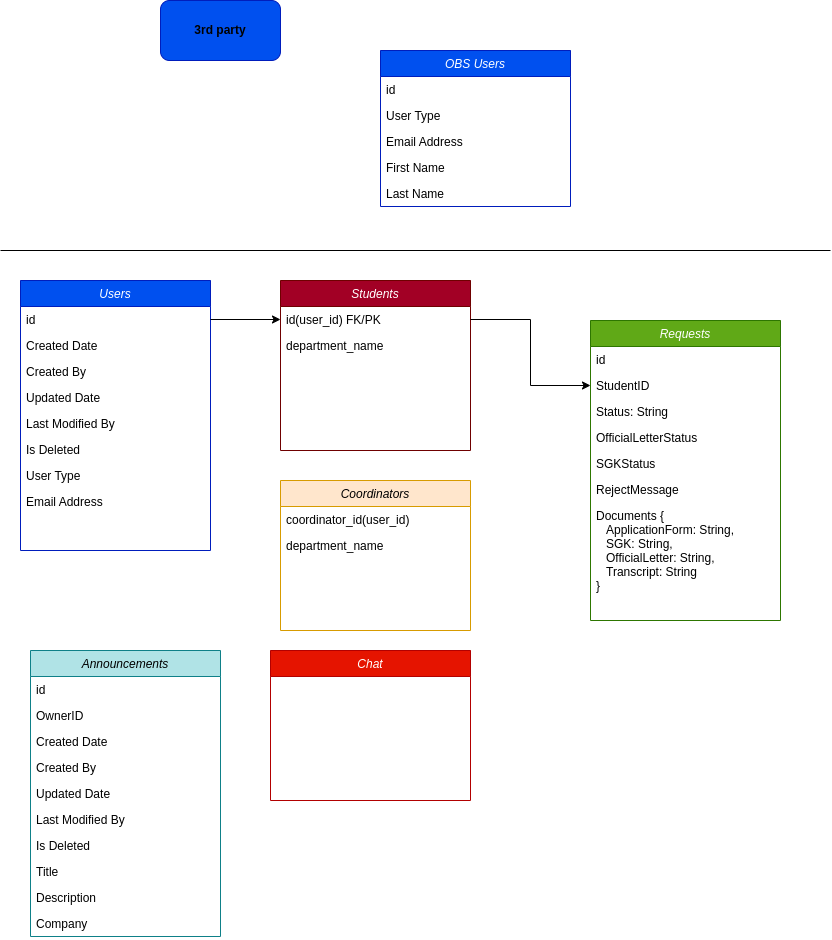
Before: database diagram.drawio.png, a diagram exported from draw.io (ziadwagdy/internshipAllpicationSystem). Source tidied: cells renumbered, new cells last; positions are measured from the earlier drawing's top-left corner, leaving out a move shared by most shapes.
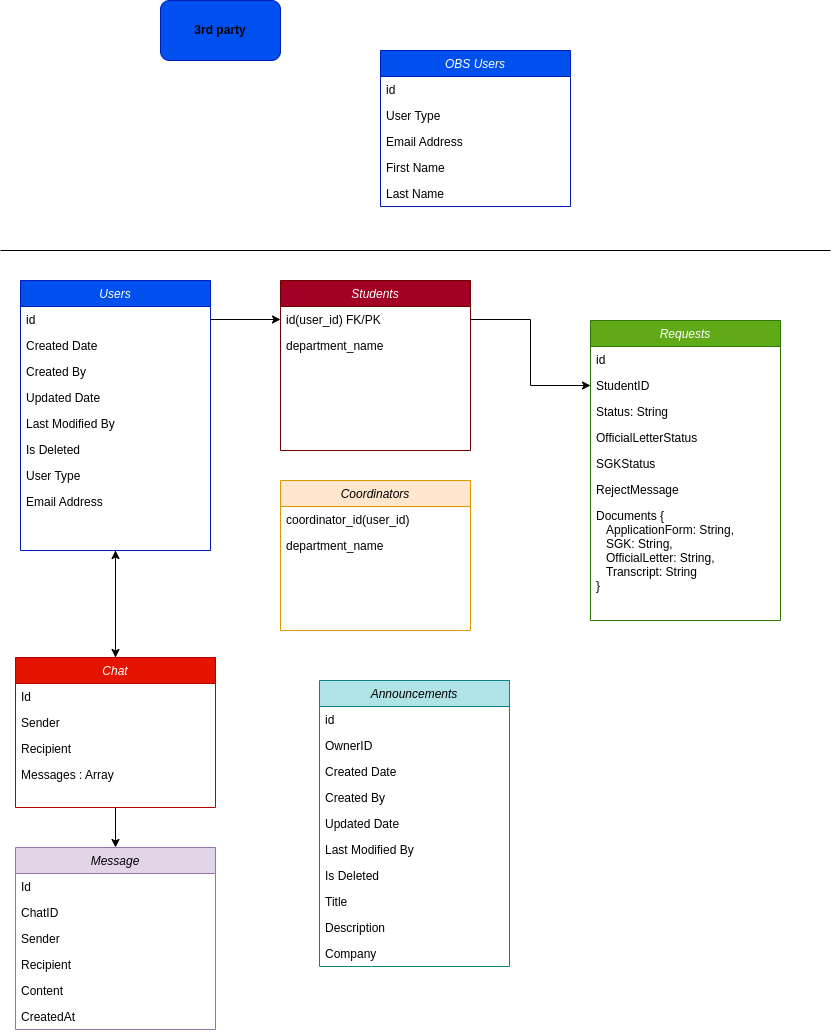
Later version of the same file.

Diff of the diagram source:
```diff
@@ -2,6 +2,9 @@
   <root>
     <mxCell id="0" />
     <mxCell id="1" parent="0" />
+    <mxCell id="47" style="edgeStyle=orthogonalEdgeStyle;rounded=0;jettySize=auto;html=1;" parent="1" edge="1" source="2" target="44">
+      <mxGeometry relative="1" as="geometry" />
+    </mxCell>
     <mxCell id="2" value="Users" style="swimlane;fontStyle=2;align=center;verticalAlign=top;horizontal=1;startSize=26;rounded=0;shadow=0;strokeWidth=1;rotation=0;fillColor=#0050ef;fontColor=#ffffff;strokeColor=#001DBC;" parent="1" vertex="1">
       <mxGeometry x="20" y="280" width="190" height="270" as="geometry" />
     </mxCell>
@@ -96,7 +99,7 @@
       <mxGeometry y="130" width="190" height="26" as="geometry" />
     </mxCell>
     <mxCell id="33" value="Announcements" style="swimlane;fontStyle=2;align=center;verticalAlign=top;horizontal=1;startSize=26;rounded=0;shadow=0;strokeWidth=1;rotation=0;fillColor=#b0e3e6;strokeColor=#0e8088;" parent="1" vertex="1">
-      <mxGeometry x="30" y="650" width="190" height="286" as="geometry" />
+      <mxGeometry x="319" y="680" width="190" height="286" as="geometry" />
     </mxCell>
     <mxCell id="34" value="id" style="text;align=left;verticalAlign=top;spacingLeft=4;spacingRight=4;overflow=hidden;rotation=0;" parent="33" vertex="1">
       <mxGeometry y="26" width="190" height="26" as="geometry" />
@@ -128,9 +131,27 @@
     <mxCell id="43" value="Company" style="text;align=left;verticalAlign=top;spacingLeft=4;spacingRight=4;overflow=hidden;rounded=0;shadow=0;html=0;rotation=0;" parent="33" vertex="1">
       <mxGeometry y="260" width="190" height="26" as="geometry" />
     </mxCell>
+    <mxCell id="48" style="edgeStyle=orthogonalEdgeStyle;rounded=0;jettySize=auto;html=1;entryX=0.5;entryY=0;entryDx=0;entryDy=0;" parent="1" edge="1" source="44" target="54">
+      <mxGeometry relative="1" as="geometry" />
+    </mxCell>
+    <mxCell id="49" style="edgeStyle=orthogonalEdgeStyle;rounded=0;jettySize=auto;html=1;entryX=0.5;entryY=1;entryDx=0;entryDy=0;" parent="1" edge="1" source="44" target="2">
+      <mxGeometry relative="1" as="geometry" />
+    </mxCell>
     <mxCell id="44" value="Chat" style="swimlane;fontStyle=2;align=center;verticalAlign=top;horizontal=1;startSize=26;rounded=0;shadow=0;strokeWidth=1;rotation=0;fillColor=#e51400;fontColor=#ffffff;strokeColor=#B20000;" parent="1" vertex="1">
-      <mxGeometry x="270" y="650" width="200" height="150" as="geometry" />
+      <mxGeometry x="15" y="657" width="200" height="150" as="geometry" />
     </mxCell>
+    <mxCell id="50" value="Id" style="text;align=left;verticalAlign=top;spacingLeft=4;spacingRight=4;overflow=hidden;rotation=0;" parent="44" vertex="1">
+      <mxGeometry y="26" width="200" height="26" as="geometry" />
+    </mxCell>
+    <mxCell id="51" value="Sender&#10;" style="text;align=left;verticalAlign=top;spacingLeft=4;spacingRight=4;overflow=hidden;rotation=0;" parent="44" vertex="1">
+      <mxGeometry y="52" width="200" height="26" as="geometry" />
+    </mxCell>
+    <mxCell id="52" value="Recipient" style="text;align=left;verticalAlign=top;spacingLeft=4;spacingRight=4;overflow=hidden;rotation=0;" parent="44" vertex="1">
+      <mxGeometry y="78" width="200" height="26" as="geometry" />
+    </mxCell>
+    <mxCell id="53" value="Messages : Array&#10;" style="text;align=left;verticalAlign=top;spacingLeft=4;spacingRight=4;overflow=hidden;rotation=0;" parent="44" vertex="1">
+      <mxGeometry y="104" width="200" height="26" as="geometry" />
+    </mxCell>
     <mxCell id="45" style="endArrow=none;html=1;rounded=0;" parent="1" edge="1">
       <mxGeometry relative="1" as="geometry">
         <mxPoint y="250" as="sourcePoint" />
@@ -140,5 +161,26 @@
     <mxCell id="46" value="3rd party" style="rounded=1;whiteSpace=wrap;html=1;fillColor=#0050ef;strokeColor=#001DBC;fontColor=#000000;fontStyle=1;" parent="1" vertex="1">
       <mxGeometry x="160" width="120" height="60" as="geometry" />
     </mxCell>
+    <mxCell id="54" value="Message" style="swimlane;fontStyle=2;align=center;verticalAlign=top;horizontal=1;startSize=26;rounded=0;shadow=0;strokeWidth=1;rotation=0;fillColor=#e1d5e7;strokeColor=#9673a6;" parent="1" vertex="1">
+      <mxGeometry x="15" y="847" width="200" height="182" as="geometry" />
+    </mxCell>
+    <mxCell id="55" value="Id" style="text;align=left;verticalAlign=top;spacingLeft=4;spacingRight=4;overflow=hidden;rotation=0;" parent="54" vertex="1">
+      <mxGeometry y="26" width="200" height="26" as="geometry" />
+    </mxCell>
+    <mxCell id="56" value="ChatID" style="text;align=left;verticalAlign=top;spacingLeft=4;spacingRight=4;overflow=hidden;rotation=0;" parent="54" vertex="1">
+      <mxGeometry y="52" width="200" height="26" as="geometry" />
+    </mxCell>
+    <mxCell id="57" value="Sender&#10;" style="text;align=left;verticalAlign=top;spacingLeft=4;spacingRight=4;overflow=hidden;rotation=0;" parent="54" vertex="1">
+      <mxGeometry y="78" width="200" height="26" as="geometry" />
+    </mxCell>
+    <mxCell id="58" value="Recipient" style="text;align=left;verticalAlign=top;spacingLeft=4;spacingRight=4;overflow=hidden;rotation=0;" parent="54" vertex="1">
+      <mxGeometry y="104" width="200" height="26" as="geometry" />
+    </mxCell>
+    <mxCell id="59" value="Content" style="text;align=left;verticalAlign=top;spacingLeft=4;spacingRight=4;overflow=hidden;rotation=0;" parent="54" vertex="1">
+      <mxGeometry y="130" width="200" height="26" as="geometry" />
+    </mxCell>
+    <mxCell id="60" value="CreatedAt" style="text;align=left;verticalAlign=top;spacingLeft=4;spacingRight=4;overflow=hidden;rotation=0;" parent="54" vertex="1">
+      <mxGeometry y="156" width="200" height="26" as="geometry" />
+    </mxCell>
   </root>
 </mxGraphModel>
```
